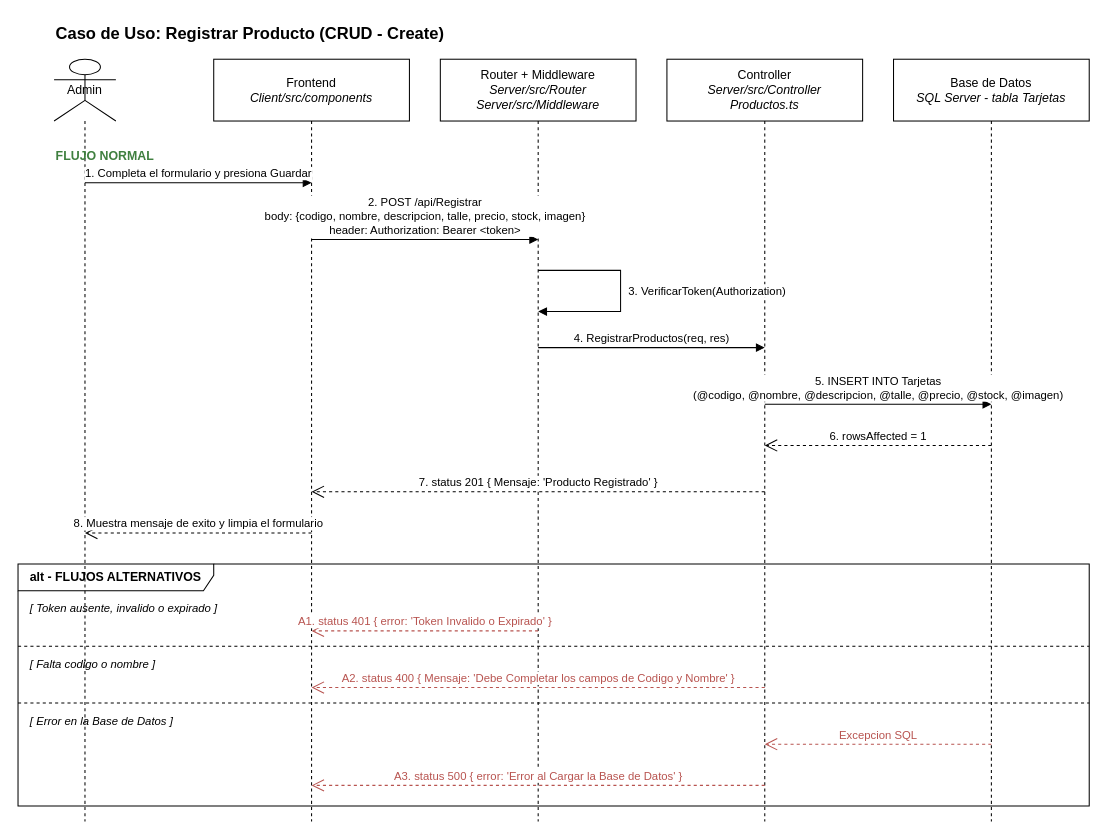
Before: page "2 - Diagrama de Secuencia" (2 of 2) of docs/Caso-de-Uso-Registrar-Producto.drawio in LeandroPereyra-arg/Sistema-De-Registro, a draw.io diagram. Source tidied: cells renumbered, new cells numbered last; positions are measured from the earlier drawing's top-left corner, leaving out a move shared by most shapes. Both pictures are drawn from the tidied source at 103%, with x=0, y=0 at pixel (18, 18).
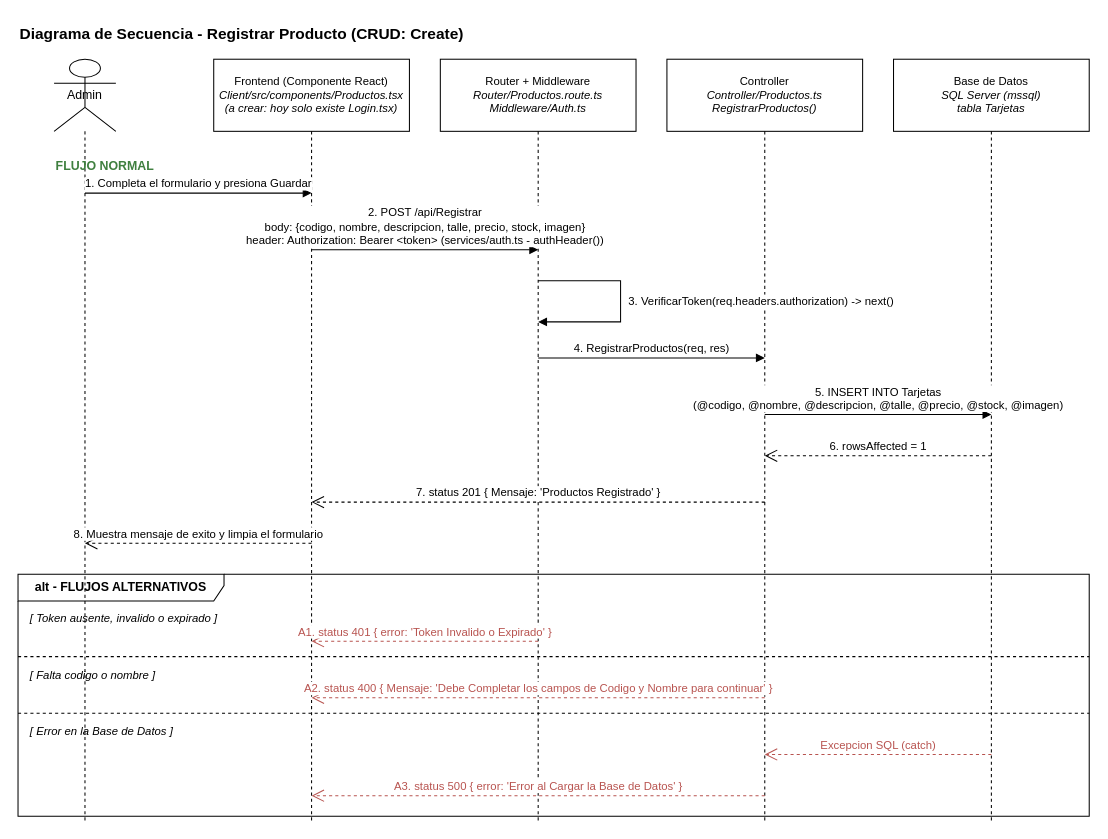
The same page after the edit.

The edit, as a diff of the source:
```diff
@@
-    <mxCell id="2" value="Caso de Uso: Registrar Producto (CRUD - Create)" style="text;html=1;align=left;verticalAlign=middle;fontSize=16;fontStyle=1;" parent="1" vertex="1">
-      <mxGeometry x="35" width="600" height="30" as="geometry" />
+    <mxCell id="2" value="Diagrama de Secuencia - Registrar Producto (CRUD: Create)" style="text;html=1;align=left;verticalAlign=middle;fontSize=15;fontStyle=1;" parent="1" vertex="1">
+      <mxGeometry width="700" height="30" as="geometry" />
     </mxCell>
-    <mxCell id="3" value="Admin" style="shape=umlLifeline;perimeter=lifelinePerimeter;whiteSpace=wrap;html=1;participant=umlActor;size=60;" parent="1" vertex="1">
+    <mxCell id="3" value="Admin" style="shape=umlLifeline;perimeter=lifelinePerimeter;whiteSpace=wrap;html=1;participant=umlActor;size=70;" parent="1" vertex="1">
       <mxGeometry x="35" y="40" width="60" height="740" as="geometry" />
     </mxCell>
-    <mxCell id="4" value="Frontend&lt;br&gt;&lt;i&gt;Client/src/components&lt;/i&gt;" style="shape=umlLifeline;perimeter=lifelinePerimeter;whiteSpace=wrap;html=1;size=60;" parent="1" vertex="1">
+    <mxCell id="4" value="Frontend (Componente React)&lt;br&gt;&lt;i&gt;Client/src/components/Productos.tsx&lt;/i&gt;&lt;br&gt;&lt;i&gt;(a crear: hoy solo existe Login.tsx)&lt;/i&gt;" style="shape=umlLifeline;perimeter=lifelinePerimeter;whiteSpace=wrap;html=1;size=70;fontSize=11;" parent="1" vertex="1">
       <mxGeometry x="190" y="40" width="190" height="740" as="geometry" />
     </mxCell>
-    <mxCell id="5" value="Router + Middleware&lt;br&gt;&lt;i&gt;Server/src/Router&lt;br&gt;Server/src/Middleware&lt;/i&gt;" style="shape=umlLifeline;perimeter=lifelinePerimeter;whiteSpace=wrap;html=1;size=60;" parent="1" vertex="1">
+    <mxCell id="5" value="Router + Middleware&lt;br&gt;&lt;i&gt;Router/Productos.route.ts&lt;/i&gt;&lt;br&gt;&lt;i&gt;Middleware/Auth.ts&lt;/i&gt;" style="shape=umlLifeline;perimeter=lifelinePerimeter;whiteSpace=wrap;html=1;size=70;fontSize=11;" parent="1" vertex="1">
       <mxGeometry x="410" y="40" width="190" height="740" as="geometry" />
     </mxCell>
-    <mxCell id="6" value="Controller&lt;br&gt;&lt;i&gt;Server/src/Controller&lt;br&gt;Productos.ts&lt;/i&gt;" style="shape=umlLifeline;perimeter=lifelinePerimeter;whiteSpace=wrap;html=1;size=60;" parent="1" vertex="1">
+    <mxCell id="6" value="Controller&lt;br&gt;&lt;i&gt;Controller/Productos.ts&lt;/i&gt;&lt;br&gt;&lt;i&gt;RegistrarProductos()&lt;/i&gt;" style="shape=umlLifeline;perimeter=lifelinePerimeter;whiteSpace=wrap;html=1;size=70;fontSize=11;" parent="1" vertex="1">
       <mxGeometry x="630" y="40" width="190" height="740" as="geometry" />
     </mxCell>
-    <mxCell id="7" value="Base de Datos&lt;br&gt;&lt;i&gt;SQL Server - tabla Tarjetas&lt;/i&gt;" style="shape=umlLifeline;perimeter=lifelinePerimeter;whiteSpace=wrap;html=1;size=60;" parent="1" vertex="1">
+    <mxCell id="7" value="Base de Datos&lt;br&gt;&lt;i&gt;SQL Server (mssql)&lt;/i&gt;&lt;br&gt;&lt;i&gt;tabla Tarjetas&lt;/i&gt;" style="shape=umlLifeline;perimeter=lifelinePerimeter;whiteSpace=wrap;html=1;size=70;fontSize=11;" parent="1" vertex="1">
       <mxGeometry x="850" y="40" width="190" height="740" as="geometry" />
     </mxCell>
     <mxCell id="8" value="FLUJO NORMAL" style="text;html=1;align=left;fontSize=12;fontStyle=1;fontColor=#3F7F3F;" parent="1" vertex="1">
-      <mxGeometry x="35" y="120" width="200" height="20" as="geometry" />
+      <mxGeometry x="35" y="130" width="200" height="20" as="geometry" />
     </mxCell>
     <mxCell id="9" value="1. Completa el formulario y presiona Guardar" style="html=1;verticalAlign=bottom;endArrow=block;rounded=0;fontSize=11;" parent="1" edge="1">
       <mxGeometry relative="1" as="geometry">
-        <mxPoint x="65" y="160" as="sourcePoint" />
-        <mxPoint x="285" y="160" as="targetPoint" />
+        <mxPoint x="65" y="170" as="sourcePoint" />
+        <mxPoint x="285" y="170" as="targetPoint" />
       </mxGeometry>
     </mxCell>
-    <mxCell id="10" value="2. POST /api/Registrar&lt;br&gt;body: {codigo, nombre, descripcion, talle, precio, stock, imagen}&lt;br&gt;header: Authorization: Bearer &amp;lt;token&amp;gt;" style="html=1;verticalAlign=bottom;endArrow=block;rounded=0;fontSize=11;" parent="1" edge="1">
+    <mxCell id="10" value="2. POST /api/Registrar&lt;br&gt;body: {codigo, nombre, descripcion, talle, precio, stock, imagen}&lt;br&gt;header: Authorization: Bearer &amp;lt;token&amp;gt; (services/auth.ts - authHeader())" style="html=1;verticalAlign=bottom;endArrow=block;rounded=0;fontSize=11;" parent="1" edge="1">
       <mxGeometry relative="1" as="geometry">
-        <mxPoint x="285" y="215" as="sourcePoint" />
-        <mxPoint x="505" y="215" as="targetPoint" />
+        <mxPoint x="285" y="225" as="sourcePoint" />
+        <mxPoint x="505" y="225" as="targetPoint" />
       </mxGeometry>
     </mxCell>
-    <mxCell id="11" value="3. VerificarToken(Authorization)" style="html=1;align=left;spacingLeft=6;verticalAlign=middle;endArrow=block;rounded=0;edgeStyle=orthogonalEdgeStyle;fontSize=11;" parent="1" edge="1">
+    <mxCell id="11" value="3. VerificarToken(req.headers.authorization) -&amp;gt; next()" style="html=1;align=left;spacingLeft=6;verticalAlign=middle;endArrow=block;rounded=0;edgeStyle=orthogonalEdgeStyle;fontSize=11;" parent="1" edge="1">
       <mxGeometry relative="1" as="geometry">
-        <mxPoint x="505" y="245" as="sourcePoint" />
-        <mxPoint x="505" y="285" as="targetPoint" />
+        <mxPoint x="505" y="255" as="sourcePoint" />
+        <mxPoint x="505" y="295" as="targetPoint" />
         <Array as="points">
-          <mxPoint x="585" y="245" />
-          <mxPoint x="585" y="285" />
+          <mxPoint x="585" y="255" />
+          <mxPoint x="585" y="295" />
         </Array>
       </mxGeometry>
     </mxCell>
     <mxCell id="12" value="4. RegistrarProductos(req, res)" style="html=1;verticalAlign=bottom;endArrow=block;rounded=0;fontSize=11;" parent="1" edge="1">
       <mxGeometry relative="1" as="geometry">
-        <mxPoint x="505" y="320" as="sourcePoint" />
-        <mxPoint x="725" y="320" as="targetPoint" />
+        <mxPoint x="505" y="330" as="sourcePoint" />
+        <mxPoint x="725" y="330" as="targetPoint" />
       </mxGeometry>
     </mxCell>
     <mxCell id="13" value="5. INSERT INTO Tarjetas&lt;br&gt;(@codigo, @nombre, @descripcion, @talle, @precio, @stock, @imagen)" style="html=1;verticalAlign=bottom;endArrow=block;rounded=0;fontSize=11;" parent="1" edge="1">
       <mxGeometry relative="1" as="geometry">
-        <mxPoint x="725" y="375" as="sourcePoint" />
-        <mxPoint x="945" y="375" as="targetPoint" />
+        <mxPoint x="725" y="385" as="sourcePoint" />
+        <mxPoint x="945" y="385" as="targetPoint" />
       </mxGeometry>
     </mxCell>
     <mxCell id="14" value="6. rowsAffected = 1" style="html=1;verticalAlign=bottom;endArrow=open;endSize=10;dashed=1;rounded=0;fontSize=11;" parent="1" edge="1">
       <mxGeometry relative="1" as="geometry">
-        <mxPoint x="945" y="415" as="sourcePoint" />
-        <mxPoint x="725" y="415" as="targetPoint" />
+        <mxPoint x="945" y="425" as="sourcePoint" />
+        <mxPoint x="725" y="425" as="targetPoint" />
       </mxGeometry>
     </mxCell>
-    <mxCell id="15" value="7. status 201 { Mensaje: 'Producto Registrado' }" style="html=1;verticalAlign=bottom;endArrow=open;endSize=10;dashed=1;rounded=0;fontSize=11;" parent="1" edge="1">
+    <mxCell id="15" value="7. status 201 { Mensaje: 'Productos Registrado' }" style="html=1;verticalAlign=bottom;endArrow=open;endSize=10;dashed=1;rounded=0;fontSize=11;" parent="1" edge="1">
       <mxGeometry relative="1" as="geometry">
-        <mxPoint x="725" y="460" as="sourcePoint" />
-        <mxPoint x="285" y="460" as="targetPoint" />
+        <mxPoint x="725" y="470" as="sourcePoint" />
+        <mxPoint x="285" y="470" as="targetPoint" />
       </mxGeometry>
     </mxCell>
     <mxCell id="16" value="8. Muestra mensaje de exito y limpia el formulario" style="html=1;verticalAlign=bottom;endArrow=open;endSize=10;dashed=1;rounded=0;fontSize=11;" parent="1" edge="1">
       <mxGeometry relative="1" as="geometry">
-        <mxPoint x="285" y="500" as="sourcePoint" />
-        <mxPoint x="65" y="500" as="targetPoint" />
+        <mxPoint x="285" y="510" as="sourcePoint" />
+        <mxPoint x="65" y="510" as="targetPoint" />
       </mxGeometry>
     </mxCell>
-    <mxCell id="17" value="alt - FLUJOS ALTERNATIVOS" style="shape=umlFrame;whiteSpace=wrap;html=1;width=190;height=26;fillColor=none;fontSize=12;fontStyle=1;" parent="1" vertex="1">
-      <mxGeometry y="530" width="1040" height="235" as="geometry" />
+    <mxCell id="17" value="alt - FLUJOS ALTERNATIVOS" style="shape=umlFrame;whiteSpace=wrap;html=1;width=200;height=26;fillColor=none;fontSize=12;fontStyle=1;" parent="1" vertex="1">
+      <mxGeometry y="540" width="1040" height="235" as="geometry" />
     </mxCell>
     <mxCell id="18" value="[ Token ausente, invalido o expirado ]" style="text;html=1;align=left;fontSize=11;fontStyle=2;" parent="1" vertex="1">
-      <mxGeometry x="10" y="560" width="300" height="20" as="geometry" />
+      <mxGeometry x="10" y="570" width="300" height="20" as="geometry" />
     </mxCell>
     <mxCell id="19" value="A1. status 401 { error: 'Token Invalido o Expirado' }" style="html=1;verticalAlign=bottom;endArrow=open;endSize=10;dashed=1;rounded=0;fontSize=11;strokeColor=#B85450;fontColor=#B85450;" parent="1" edge="1">
       <mxGeometry relative="1" as="geometry">
-        <mxPoint x="505" y="595" as="sourcePoint" />
-        <mxPoint x="285" y="595" as="targetPoint" />
+        <mxPoint x="505" y="605" as="sourcePoint" />
+        <mxPoint x="285" y="605" as="targetPoint" />
       </mxGeometry>
     </mxCell>
     <mxCell id="20" style="endArrow=none;dashed=1;html=1;rounded=0;" parent="1" edge="1">
       <mxGeometry relative="1" as="geometry">
-        <mxPoint y="610" as="sourcePoint" />
-        <mxPoint x="1040" y="610" as="targetPoint" />
+        <mxPoint y="620" as="sourcePoint" />
+        <mxPoint x="1040" y="620" as="targetPoint" />
       </mxGeometry>
     </mxCell>
     <mxCell id="21" value="[ Falta codigo o nombre ]" style="text;html=1;align=left;fontSize=11;fontStyle=2;" parent="1" vertex="1">
-      <mxGeometry x="10" y="615" width="300" height="20" as="geometry" />
+      <mxGeometry x="10" y="625" width="300" height="20" as="geometry" />
     </mxCell>
-    <mxCell id="22" value="A2. status 400 { Mensaje: 'Debe Completar los campos de Codigo y Nombre' }" style="html=1;verticalAlign=bottom;endArrow=open;endSize=10;dashed=1;rounded=0;fontSize=11;strokeColor=#B85450;fontColor=#B85450;" parent="1" edge="1">
+    <mxCell id="22" value="A2. status 400 { Mensaje: 'Debe Completar los campos de Codigo y Nombre para continuar' }" style="html=1;verticalAlign=bottom;endArrow=open;endSize=10;dashed=1;rounded=0;fontSize=11;strokeColor=#B85450;fontColor=#B85450;" parent="1" edge="1">
       <mxGeometry relative="1" as="geometry">
-        <mxPoint x="725" y="650" as="sourcePoint" />
-        <mxPoint x="285" y="650" as="targetPoint" />
+        <mxPoint x="725" y="660" as="sourcePoint" />
+        <mxPoint x="285" y="660" as="targetPoint" />
       </mxGeometry>
     </mxCell>
     <mxCell id="23" style="endArrow=none;dashed=1;html=1;rounded=0;" parent="1" edge="1">
       <mxGeometry relative="1" as="geometry">
-        <mxPoint y="665" as="sourcePoint" />
-        <mxPoint x="1040" y="665" as="targetPoint" />
+        <mxPoint y="675" as="sourcePoint" />
+        <mxPoint x="1040" y="675" as="targetPoint" />
       </mxGeometry>
     </mxCell>
     <mxCell id="24" value="[ Error en la Base de Datos ]" style="text;html=1;align=left;fontSize=11;fontStyle=2;" parent="1" vertex="1">
-      <mxGeometry x="10" y="670" width="300" height="20" as="geometry" />
+      <mxGeometry x="10" y="680" width="300" height="20" as="geometry" />
     </mxCell>
-    <mxCell id="25" value="Excepcion SQL" style="html=1;verticalAlign=bottom;endArrow=open;endSize=10;dashed=1;rounded=0;fontSize=11;strokeColor=#B85450;fontColor=#B85450;" parent="1" edge="1">
+    <mxCell id="25" value="Excepcion SQL (catch)" style="html=1;verticalAlign=bottom;endArrow=open;endSize=10;dashed=1;rounded=0;fontSize=11;strokeColor=#B85450;fontColor=#B85450;" parent="1" edge="1">
       <mxGeometry relative="1" as="geometry">
-        <mxPoint x="945" y="705" as="sourcePoint" />
-        <mxPoint x="725" y="705" as="targetPoint" />
+        <mxPoint x="945" y="715" as="sourcePoint" />
+        <mxPoint x="725" y="715" as="targetPoint" />
       </mxGeometry>
     </mxCell>
     <mxCell id="26" value="A3. status 500 { error: 'Error al Cargar la Base de Datos' }" style="html=1;verticalAlign=bottom;endArrow=open;endSize=10;dashed=1;rounded=0;fontSize=11;strokeColor=#B85450;fontColor=#B85450;" parent="1" edge="1">
       <mxGeometry relative="1" as="geometry">
-        <mxPoint x="725" y="745" as="sourcePoint" />
-        <mxPoint x="285" y="745" as="targetPoint" />
+        <mxPoint x="725" y="755" as="sourcePoint" />
+        <mxPoint x="285" y="755" as="targetPoint" />
       </mxGeometry>
     </mxCell>
```
